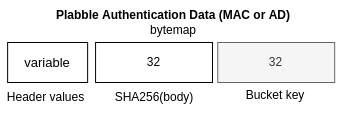
The draw.io diagram img/plabble-transport-ad.drawio.png in plabble/plabble.github.io, before a commit. Source tidied: cells renumbered, new cells last; positions are measured from the earlier drawing's top-left corner, leaving out a move shared by most shapes. The source it was exported from:
```xml
<mxGraphModel background="#FFFFFF">
  <root>
    <mxCell id="0" />
    <mxCell id="1" parent="0" />
    <mxCell id="2" value="Plabble Authentication Data (MAC or AD)&lt;br&gt;&lt;span style=&quot;font-weight: normal&quot;&gt;bytemap&lt;/span&gt;" style="text;html=1;strokeColor=none;fillColor=none;align=center;verticalAlign=middle;whiteSpace=wrap;rounded=0;fontStyle=1;" parent="1" vertex="1">
      <mxGeometry x="29.8" width="281.9" height="40" as="geometry" />
    </mxCell>
    <mxCell id="3" value="variable" style="rounded=0;whiteSpace=wrap;html=1;fontSize=13;" parent="1" vertex="1">
      <mxGeometry x="5.1" y="40" width="80" height="40" as="geometry" />
    </mxCell>
    <mxCell id="4" value="Header values" style="text;html=1;strokeColor=none;fillColor=none;align=center;verticalAlign=middle;whiteSpace=wrap;rounded=0;" parent="1" vertex="1">
      <mxGeometry x="0.1" y="80" width="86.9" height="30" as="geometry" />
    </mxCell>
    <mxCell id="5" value="32" style="rounded=0;whiteSpace=wrap;html=1;" parent="1" vertex="1">
      <mxGeometry x="93.1" y="40" width="116.9" height="40" as="geometry" />
    </mxCell>
    <mxCell id="6" value="SHA256(body)" style="text;html=1;strokeColor=none;fillColor=none;align=center;verticalAlign=middle;whiteSpace=wrap;rounded=0;" parent="1" vertex="1">
      <mxGeometry x="112.6" y="80" width="77.9" height="30" as="geometry" />
    </mxCell>
    <mxCell id="7" value="32" style="rounded=0;whiteSpace=wrap;html=1;fillColor=#f5f5f5;fontColor=#333333;strokeColor=#666666;" parent="1" vertex="1">
      <mxGeometry x="215.3" y="40" width="116.9" height="40" as="geometry" />
    </mxCell>
    <mxCell id="8" value="Bucket key" style="text;html=1;strokeColor=none;fillColor=none;align=center;verticalAlign=middle;whiteSpace=wrap;rounded=0;" parent="1" vertex="1">
      <mxGeometry x="233.8" y="78" width="77.9" height="30" as="geometry" />
    </mxCell>
  </root>
</mxGraphModel>
```
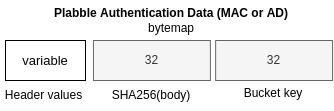
The same file after the commit.

Diff of the diagram source:
```diff
@@ -11,14 +11,14 @@
     <mxCell id="4" value="Header values" style="text;html=1;strokeColor=none;fillColor=none;align=center;verticalAlign=middle;whiteSpace=wrap;rounded=0;" parent="1" vertex="1">
       <mxGeometry x="0.1" y="80" width="86.9" height="30" as="geometry" />
     </mxCell>
-    <mxCell id="5" value="32" style="rounded=0;whiteSpace=wrap;html=1;" parent="1" vertex="1">
-      <mxGeometry x="93.1" y="40" width="116.9" height="40" as="geometry" />
+    <mxCell id="5" value="32" style="rounded=0;whiteSpace=wrap;html=1;fillColor=#f5f5f5;fontColor=#333333;strokeColor=#666666;" parent="1" vertex="1">
+      <mxGeometry x="93" y="40" width="116.9" height="40" as="geometry" />
     </mxCell>
     <mxCell id="6" value="SHA256(body)" style="text;html=1;strokeColor=none;fillColor=none;align=center;verticalAlign=middle;whiteSpace=wrap;rounded=0;" parent="1" vertex="1">
       <mxGeometry x="112.6" y="80" width="77.9" height="30" as="geometry" />
     </mxCell>
     <mxCell id="7" value="32" style="rounded=0;whiteSpace=wrap;html=1;fillColor=#f5f5f5;fontColor=#333333;strokeColor=#666666;" parent="1" vertex="1">
-      <mxGeometry x="215.3" y="40" width="116.9" height="40" as="geometry" />
+      <mxGeometry x="215.2" y="40" width="116.9" height="40" as="geometry" />
     </mxCell>
     <mxCell id="8" value="Bucket key" style="text;html=1;strokeColor=none;fillColor=none;align=center;verticalAlign=middle;whiteSpace=wrap;rounded=0;" parent="1" vertex="1">
       <mxGeometry x="233.8" y="78" width="77.9" height="30" as="geometry" />
```
